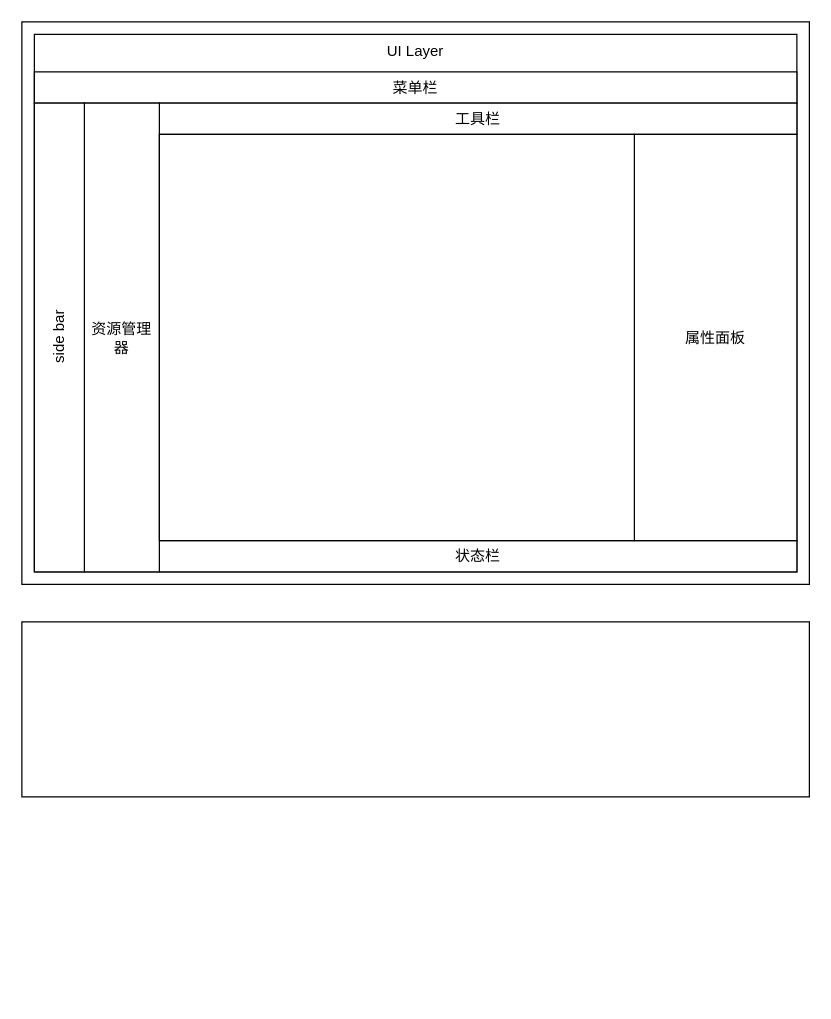
The draw.io diagram page "第 5 页" (7 of 7) of EMS软件架构图.drawio in fuhui0321/diagram, before the edit. Source tidied: cells renumbered, new cells numbered last; positions are measured from the earlier drawing's top-left corner, leaving out a move shared by most shapes. Both pictures are drawn from the tidied source at 125%, with x=0, y=0 at pixel (21, 21).
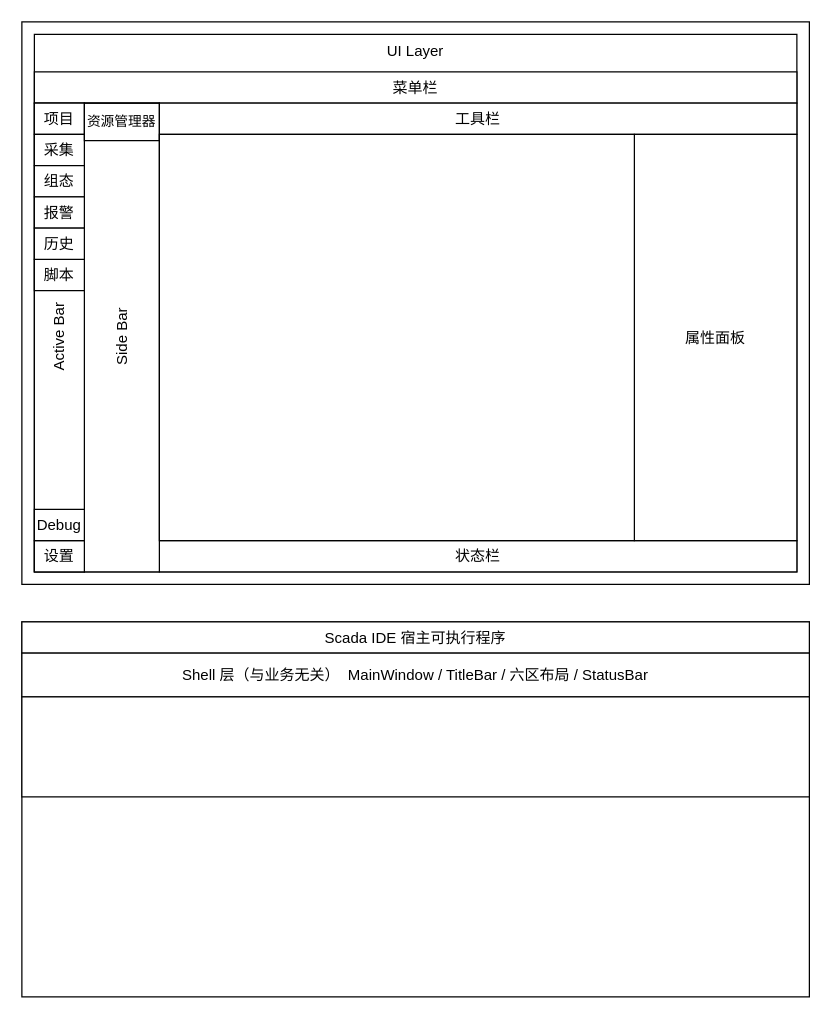
Above is the later version.

Commit message:
更新EMS软件架构图.drawio

Change to the diagram source:
```diff
@@
-    <mxCell id="8" value="资源管理器" style="rounded=0;whiteSpace=wrap;html=1;" parent="1" vertex="1">
+    <mxCell id="8" value="&lt;div&gt;Side Bar&lt;/div&gt;" style="rounded=0;whiteSpace=wrap;html=1;fontFamily=Helvetica;flipV=1;legacyAnchorPoints=0;horizontal=0;" parent="1" vertex="1">
       <mxGeometry x="50" y="65" width="60" height="375" as="geometry" />
     </mxCell>
-    <mxCell id="9" value="side bar" style="rounded=0;whiteSpace=wrap;html=1;flipV=1;legacyAnchorPoints=0;flipH=1;horizontal=0;" parent="1" vertex="1">
+    <mxCell id="9" value="Active Bar" style="rounded=0;whiteSpace=wrap;html=1;flipV=1;legacyAnchorPoints=0;flipH=1;horizontal=0;" parent="1" vertex="1">
       <mxGeometry x="10" y="65" width="40" height="375" as="geometry" />
     </mxCell>
@@
     <mxCell id="11" style="rounded=0;whiteSpace=wrap;html=1;" parent="1" vertex="1">
-      <mxGeometry y="480" width="630" height="140" as="geometry" />
+      <mxGeometry y="480" width="630" height="300" as="geometry" />
     </mxCell>
+    <mxCell id="12" value="项目" style="rounded=0;whiteSpace=wrap;html=1;" parent="1" vertex="1">
+      <mxGeometry x="10" y="65" width="40" height="25" as="geometry" />
+    </mxCell>
+    <mxCell id="13" value="采集" style="rounded=0;whiteSpace=wrap;html=1;" parent="1" vertex="1">
+      <mxGeometry x="10" y="90" width="40" height="25" as="geometry" />
+    </mxCell>
+    <mxCell id="14" value="组态" style="rounded=0;whiteSpace=wrap;html=1;" parent="1" vertex="1">
+      <mxGeometry x="10" y="115" width="40" height="25" as="geometry" />
+    </mxCell>
+    <mxCell id="15" value="报警" style="rounded=0;whiteSpace=wrap;html=1;" parent="1" vertex="1">
+      <mxGeometry x="10" y="140" width="40" height="25" as="geometry" />
+    </mxCell>
+    <mxCell id="16" value="脚本" style="rounded=0;whiteSpace=wrap;html=1;" parent="1" vertex="1">
+      <mxGeometry x="10" y="190" width="40" height="25" as="geometry" />
+    </mxCell>
+    <mxCell id="17" value="历史" style="rounded=0;whiteSpace=wrap;html=1;" parent="1" vertex="1">
+      <mxGeometry x="10" y="165" width="40" height="25" as="geometry" />
+    </mxCell>
+    <mxCell id="18" value="设置" style="rounded=0;whiteSpace=wrap;html=1;" parent="1" vertex="1">
+      <mxGeometry x="10" y="415" width="40" height="25" as="geometry" />
+    </mxCell>
+    <mxCell id="19" value="Debug" style="rounded=0;whiteSpace=wrap;html=1;" parent="1" vertex="1">
+      <mxGeometry x="10" y="390" width="40" height="25" as="geometry" />
+    </mxCell>
+    <mxCell id="20" value="Scada IDE 宿主可执行程序" style="rounded=0;whiteSpace=wrap;html=1;" parent="1" vertex="1">
+      <mxGeometry y="480" width="630" height="25" as="geometry" />
+    </mxCell>
+    <mxCell id="21" value="Shell 层（与业务无关）&amp;nbsp; MainWindow / TitleBar / 六区布局 / StatusBar" style="rounded=0;whiteSpace=wrap;html=1;" parent="1" vertex="1">
+      <mxGeometry y="505" width="630" height="35" as="geometry" />
+    </mxCell>
+    <mxCell id="22" style="rounded=0;whiteSpace=wrap;html=1;" parent="1" vertex="1">
+      <mxGeometry y="540" width="630" height="80" as="geometry" />
+    </mxCell>
+    <mxCell id="23" value="资源管理器" style="text;html=1;whiteSpace=wrap;strokeColor=default;fillColor=none;align=center;verticalAlign=middle;rounded=0;fontSize=11;" parent="1" vertex="1">
+      <mxGeometry x="50" y="65" width="60" height="30" as="geometry" />
+    </mxCell>
```
